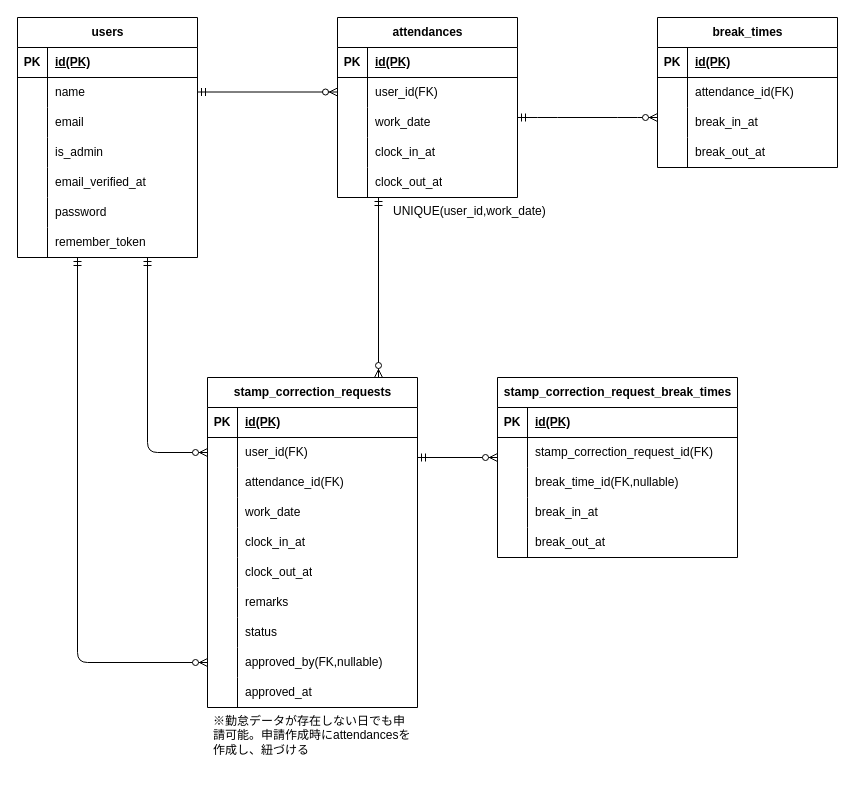
Above: docs/er-diagram.drawio in nishidanamiki/attendance-app (draw.io), before the change. Source tidied: cells renumbered, new cells numbered last; positions are measured from the earlier drawing's top-left corner, leaving out a move shared by most shapes. Both pictures are drawn from the tidied source at 100%, with x=0, y=0 at pixel (17, 17).
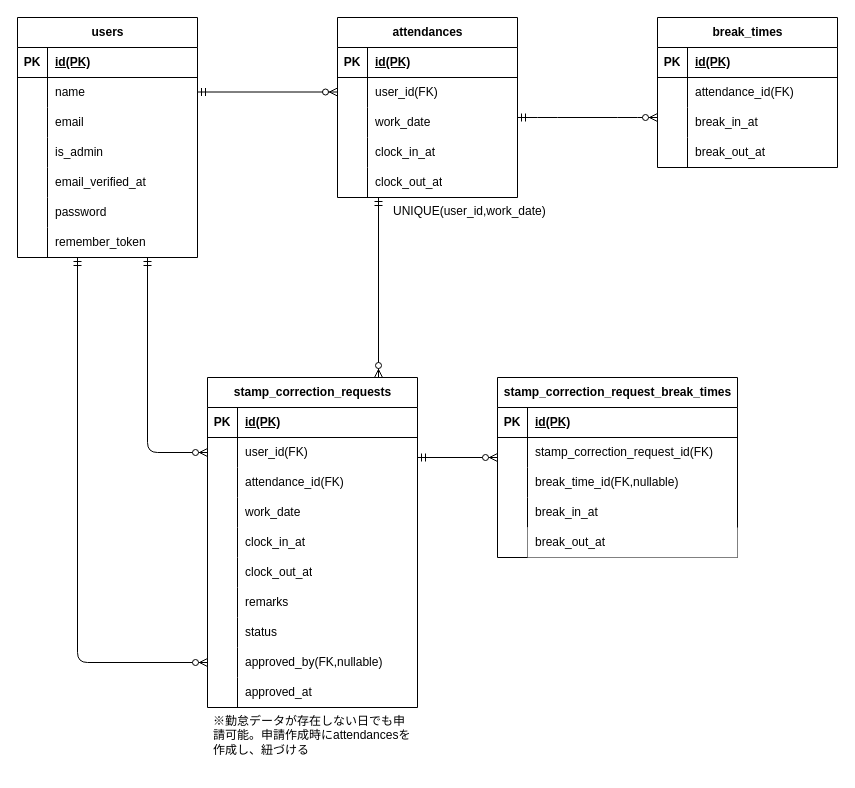
Above is the later version.

Commit message (it also covers changes not shown here):
不要マイグレーション削除、ルーティング修正、ER図PNG追加

The change refers to these unchanged cells:
```xml
<mxCell id="68" style="shape=tableRow;horizontal=0;startSize=0;swimlaneHead=0;swimlaneBody=0;fillColor=none;top=0;left=0;right=0;bottom=0;" parent="55" vertex="1">
  <mxGeometry y="150" width="240" height="30" as="geometry" />
</mxCell>
```

Diff of the diagram source:
```diff
@@
-<mxGraphModel>
+<mxGraphModel background="#ffffff">
@@
-    <mxCell id="70" value="break_out_at" style="shape=partialRectangle;fillColor=none;top=0;left=0;bottom=0;right=0;align=left;spacingLeft=6;overflow=hidden;whiteSpace=wrap;html=1;" parent="68" vertex="1">
+    <mxCell id="70" value="break_out_at" style="shape=partialRectangle;top=0;left=0;bottom=0;right=0;align=left;spacingLeft=6;overflow=hidden;whiteSpace=wrap;html=1;" parent="68" vertex="1">
       <mxGeometry x="30" width="210" height="30" as="geometry" />
     </mxCell>
```
